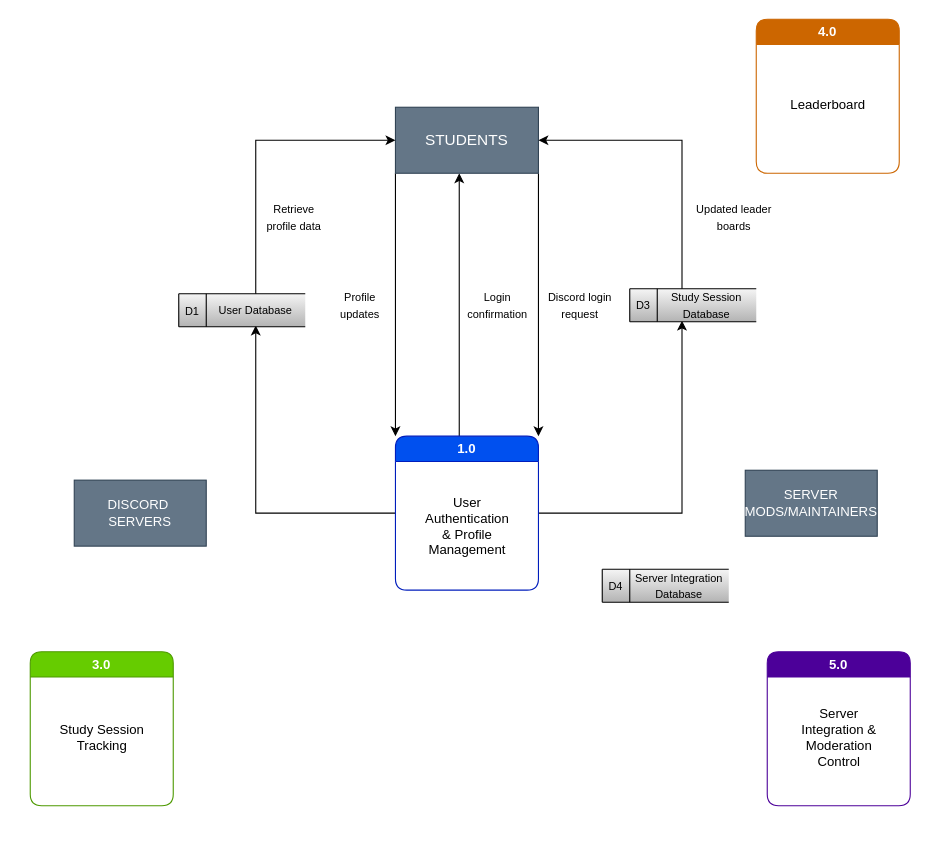
Before: page "Level 0" (2 of 2) of Proactify Context Diagram.drawio in gordonn/proactify-study, a draw.io diagram. Source tidied: cells renumbered, new cells numbered last; positions are measured from the earlier drawing's top-left corner, leaving out a move shared by most shapes. Both pictures are drawn from the tidied source at 110%, with x=0, y=0 at pixel (30, 19).
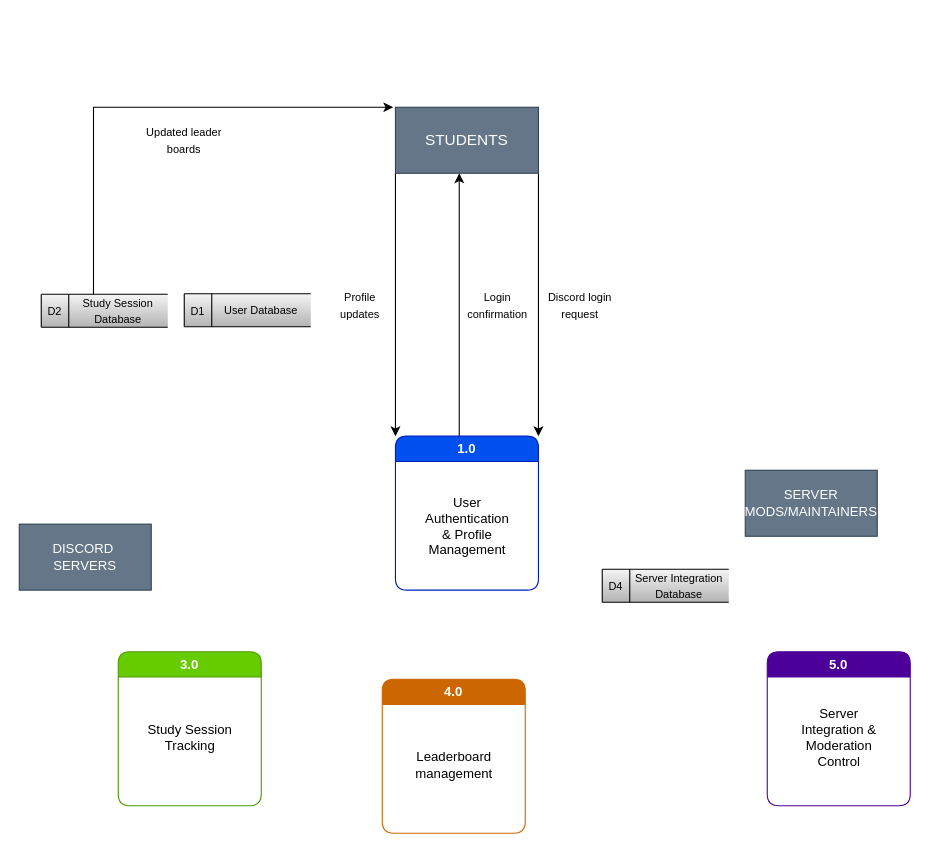
The same page after the edit.

Unchanged cells that the change refers to:
```xml
<mxCell id="5" value="&lt;div&gt;1.0&lt;/div&gt;" style="swimlane;whiteSpace=wrap;html=1;rounded=1;fillColor=#0050ef;strokeColor=#001DBC;fontColor=#ffffff;" parent="1" vertex="1">
  <mxGeometry x="332" y="379" width="130" height="140" as="geometry" />
</mxCell>
<mxCell id="15" value="&lt;font style=&quot;font-size: 14px;&quot;&gt;STUDENTS&lt;/font&gt;" style="rounded=0;whiteSpace=wrap;html=1;fillColor=#647687;strokeColor=#314354;fontColor=#ffffff;" parent="1" vertex="1">
  <mxGeometry x="332" y="80" width="130" height="60" as="geometry" />
</mxCell>
<mxCell id="27" value="&lt;font style=&quot;font-size: 10px;&quot;&gt;User Database&lt;/font&gt;" style="text;html=1;whiteSpace=wrap;strokeColor=none;fillColor=none;align=center;verticalAlign=middle;rounded=0;" parent="20" vertex="1">
  <mxGeometry x="25" width="90" height="29" as="geometry" />
</mxCell>
<mxCell id="35" value="&lt;font style=&quot;font-size: 10px;&quot;&gt;Study Session Database&lt;/font&gt;" style="text;html=1;whiteSpace=wrap;strokeColor=none;fillColor=none;align=center;verticalAlign=middle;rounded=0;" parent="28" vertex="1">
  <mxGeometry x="25" width="90" height="29" as="geometry" />
</mxCell>
```

The edit, as a diff of the source:
```diff
@@
-    <mxCell id="2" style="edgeStyle=orthogonalEdgeStyle;rounded=0;jettySize=auto;html=1;exitX=0;exitY=0.5;exitDx=0;exitDy=0;entryX=0.5;entryY=1;entryDx=0;entryDy=0;" parent="1" edge="1" source="5" target="27">
-      <mxGeometry relative="1" as="geometry" />
-    </mxCell>
-    <mxCell id="3" style="edgeStyle=orthogonalEdgeStyle;rounded=0;jettySize=auto;html=1;exitX=1;exitY=0.5;exitDx=0;exitDy=0;entryX=0.25;entryY=1;entryDx=0;entryDy=0;" parent="1" edge="1" source="5" target="35">
-      <mxGeometry relative="1" as="geometry" />
-    </mxCell>
@@
     <mxCell id="7" value="&lt;div&gt;3.0&lt;/div&gt;" style="swimlane;whiteSpace=wrap;html=1;rounded=1;fillColor=light-dark(#66CC00,#99FF99);strokeColor=light-dark(#4D9900,#99FF99);fontColor=#ffffff;startSize=23;" parent="1" vertex="1">
-      <mxGeometry y="575" width="130" height="140" as="geometry" />
+      <mxGeometry x="80" y="575" width="130" height="140" as="geometry" />
     </mxCell>
@@
     <mxCell id="9" value="&lt;div&gt;4.0&lt;/div&gt;" style="swimlane;whiteSpace=wrap;html=1;rounded=1;fillColor=light-dark(#CC6600,#CC99FF);strokeColor=light-dark(#CC6600,#CC99FF);fontColor=#ffffff;startSize=23;" parent="1" vertex="1">
-      <mxGeometry x="660" width="130" height="140" as="geometry" />
+      <mxGeometry x="320" y="600" width="130" height="140" as="geometry" />
     </mxCell>
-    <mxCell id="10" value="Leaderboard" style="text;html=1;whiteSpace=wrap;strokeColor=none;fillColor=none;align=center;verticalAlign=middle;rounded=0;" parent="9" vertex="1">
+    <mxCell id="10" value="Leaderboard management" style="text;html=1;whiteSpace=wrap;strokeColor=none;fillColor=none;align=center;verticalAlign=middle;rounded=0;" parent="9" vertex="1">
       <mxGeometry x="22.5" y="48" width="85" height="59" as="geometry" />
     </mxCell>
@@
     <mxCell id="17" value="&lt;div&gt;DISCORD&amp;nbsp;&lt;/div&gt;&lt;div&gt;SERVERS&lt;/div&gt;" style="rounded=0;whiteSpace=wrap;html=1;fillColor=#647687;strokeColor=#314354;fontColor=#ffffff;" parent="1" vertex="1">
-      <mxGeometry x="40" y="419" width="120" height="60" as="geometry" />
+      <mxGeometry x="-10" y="459" width="120" height="60" as="geometry" />
     </mxCell>
@@
     <mxCell id="20" style="group;" parent="1" vertex="1">
-      <mxGeometry x="135" y="249.5" width="115" height="30" as="geometry" />
+      <mxGeometry x="140" y="249.5" width="115" height="30" as="geometry" />
     </mxCell>
@@
     <mxCell id="28" style="group;" parent="1" vertex="1">
-      <mxGeometry x="545" y="245" width="115" height="30" as="geometry" />
+      <mxGeometry x="10" y="250" width="115" height="30" as="geometry" />
     </mxCell>
@@
-    <mxCell id="34" value="&lt;font style=&quot;font-size: 10px;&quot;&gt;D3&lt;/font&gt;" style="text;html=1;whiteSpace=wrap;strokeColor=none;fillColor=none;align=center;verticalAlign=middle;rounded=0;" parent="28" vertex="1">
+    <mxCell id="34" value="&lt;font style=&quot;font-size: 10px;&quot;&gt;D2&lt;/font&gt;" style="text;html=1;whiteSpace=wrap;strokeColor=none;fillColor=none;align=center;verticalAlign=middle;rounded=0;" parent="28" vertex="1">
       <mxGeometry y="0.5" width="25" height="29" as="geometry" />
     </mxCell>
@@
-    <mxCell id="45" style="edgeStyle=orthogonalEdgeStyle;rounded=0;jettySize=auto;html=1;exitX=0.5;exitY=0;exitDx=0;exitDy=0;entryX=0;entryY=0.5;entryDx=0;entryDy=0;" parent="1" edge="1" source="27" target="15">
-      <mxGeometry relative="1" as="geometry" />
-    </mxCell>
-    <mxCell id="46" value="&lt;font style=&quot;font-size: 10px;&quot;&gt;Retrieve profile data&lt;/font&gt;" style="text;html=1;whiteSpace=wrap;strokeColor=none;fillColor=none;align=center;verticalAlign=middle;rounded=0;" parent="1" vertex="1">
-      <mxGeometry x="210" y="160" width="60" height="39" as="geometry" />
-    </mxCell>
-    <mxCell id="47" style="edgeStyle=orthogonalEdgeStyle;rounded=0;jettySize=auto;html=1;exitX=0.25;exitY=0;exitDx=0;exitDy=0;entryX=1;entryY=0.5;entryDx=0;entryDy=0;" parent="1" edge="1" source="35" target="15">
-      <mxGeometry relative="1" as="geometry" />
+    <mxCell id="47" style="edgeStyle=orthogonalEdgeStyle;rounded=0;jettySize=auto;html=1;exitX=0.25;exitY=0;exitDx=0;exitDy=0;" parent="1" edge="1" source="35">
+      <mxGeometry relative="1" as="geometry">
+        <mxPoint x="330" y="80" as="targetPoint" />
+        <Array as="points">
+          <mxPoint x="58" y="80" />
+        </Array>
+      </mxGeometry>
     </mxCell>
     <mxCell id="48" value="&lt;font style=&quot;font-size: 10px;&quot;&gt;Updated leader boards&lt;/font&gt;" style="text;html=1;whiteSpace=wrap;strokeColor=none;fillColor=none;align=center;verticalAlign=middle;rounded=0;" parent="1" vertex="1">
-      <mxGeometry x="600" y="160" width="80" height="39" as="geometry" />
+      <mxGeometry x="100" y="90" width="80" height="39" as="geometry" />
     </mxCell>
```
